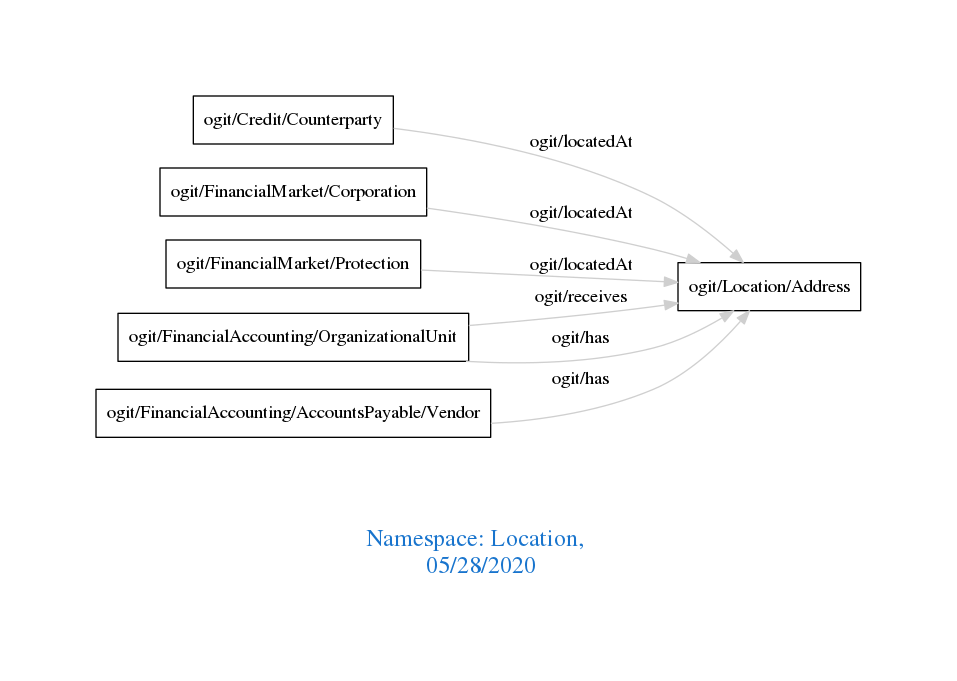
arago/OGIT keeps this Graphviz diagram as downloads/Location.png. Above is the earlier version. Its source is kept beside it as downloads/Location.dot.
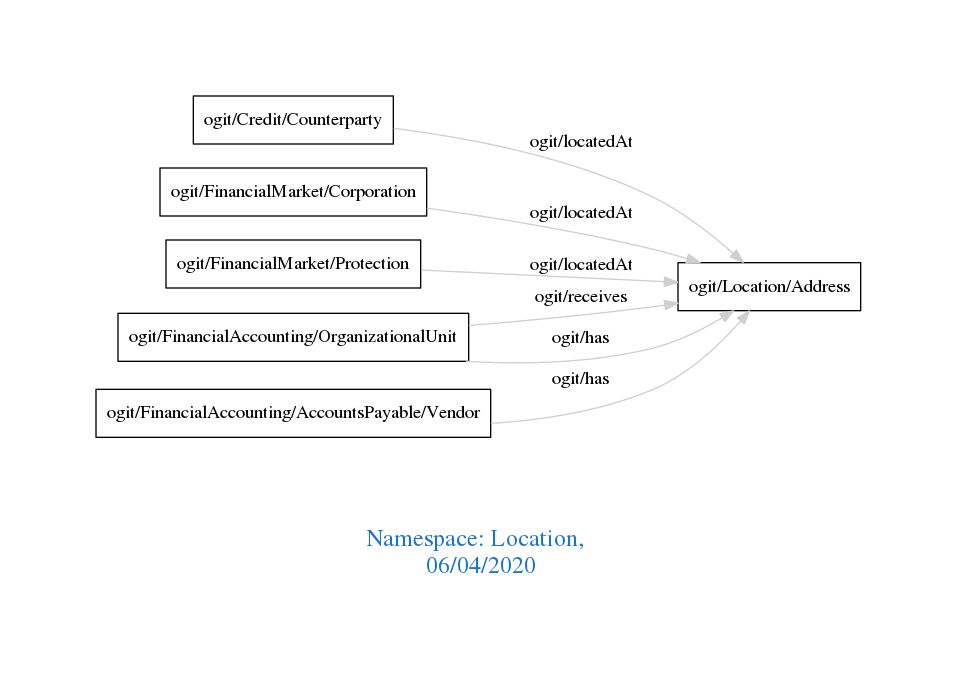
Later version of the same file.

Change to the diagram source:
```diff
@@ -1,7 +1,7 @@
 digraph OGIT_ontology {
  graph [ rankdir= LR,pad=1
 fontsize = 18,
-fontcolor= dodgerblue3,label = "\n\n\nNamespace: Location, \n 05/28/2020"];
+fontcolor= dodgerblue3,label = "\n\n\nNamespace: Location, \n 06/04/2020"];
 node[shape=polygon];
 edge [  color="gray81"];
 
```
